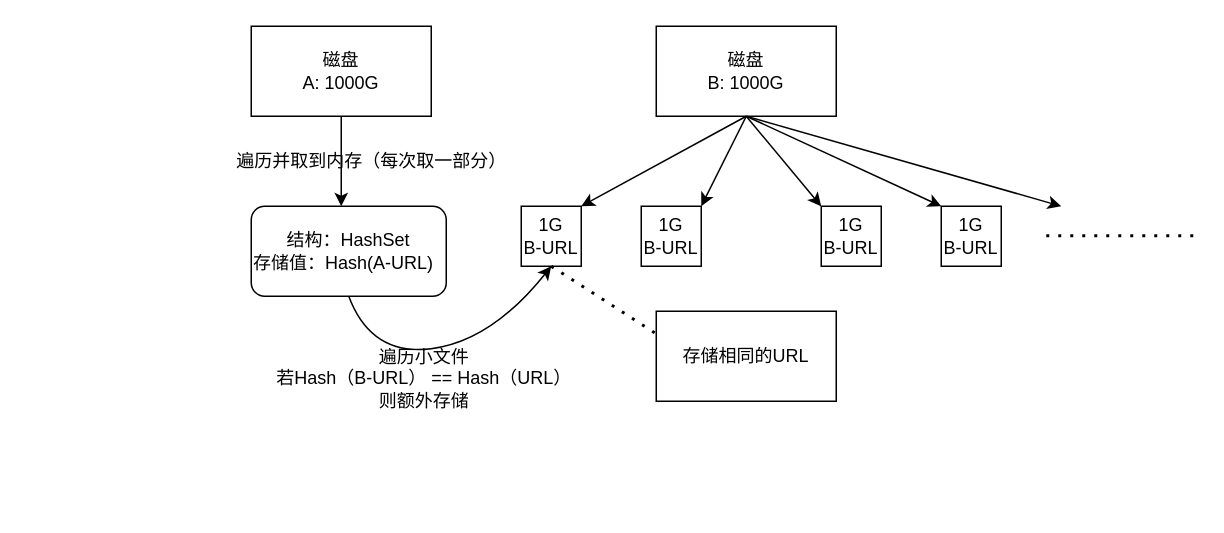
YYForReal/YYForReal keeps this draw.io diagram as Untitled Diagram.drawio. Above is the earlier version. Source tidied: cells renumbered, new cells numbered last; positions are measured from the earlier drawing's top-left corner, leaving out a move shared by most shapes. Both pictures are drawn from the tidied source at 150%, with x=0, y=0 at pixel (220, 26).
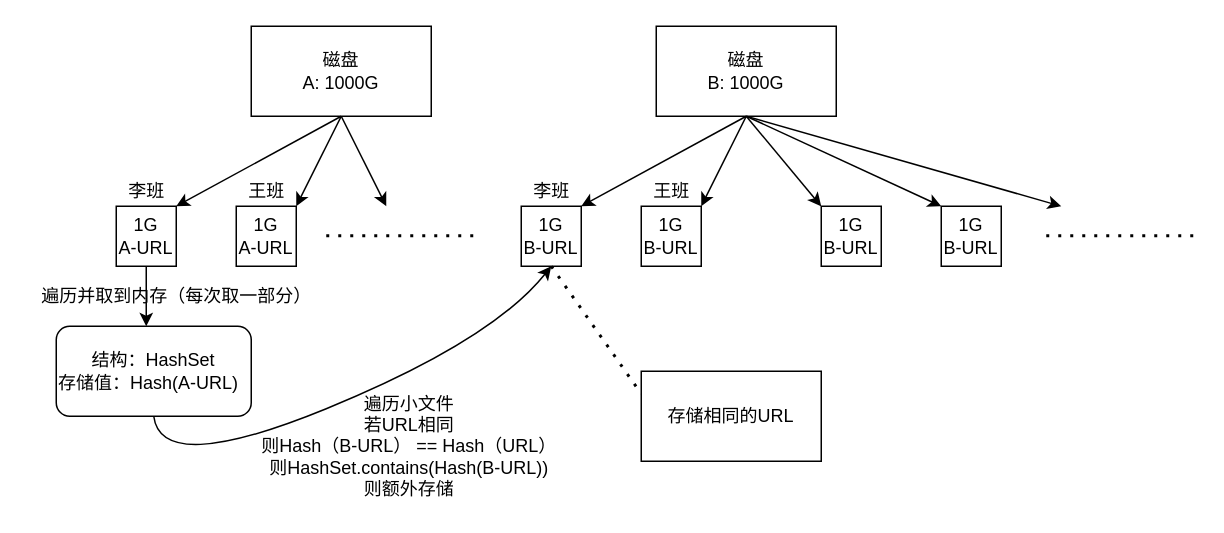
After the change.

Unchanged cells that the change refers to:
```xml
<mxCell id="2" value="磁盘&lt;br&gt;A: 1000G" style="rounded=0;whiteSpace=wrap;html=1;" parent="1" vertex="1">
  <mxGeometry x="20" width="120" height="60" as="geometry" />
</mxCell>
```

Diff of the diagram source:
```diff
@@
-    <mxCell id="14" style="endArrow=classic;html=1;rounded=0;exitX=0.5;exitY=1;exitDx=0;exitDy=0;" parent="1" edge="1" source="2">
+    <mxCell id="14" style="endArrow=classic;html=1;rounded=0;exitX=0.5;exitY=1;exitDx=0;exitDy=0;" parent="1" edge="1">
       <mxGeometry relative="1" as="geometry">
-        <mxPoint x="80" y="120" as="targetPoint" />
+        <mxPoint x="-50" y="140" as="sourcePoint" />
+        <mxPoint x="-50" y="200" as="targetPoint" />
       </mxGeometry>
     </mxCell>
     <mxCell id="15" value="结构：HashSet&lt;br&gt;存储值：Hash(A-URL)&amp;nbsp;&amp;nbsp;" style="rounded=1;whiteSpace=wrap;html=1;" parent="1" vertex="1">
-      <mxGeometry x="20" y="120" width="130" height="60" as="geometry" />
+      <mxGeometry x="-110" y="200" width="130" height="60" as="geometry" />
     </mxCell>
     <mxCell id="16" value="遍历并取到内存（每次取一部分）" style="text;html=1;align=center;verticalAlign=middle;strokeColor=none;fillColor=none;" parent="1" vertex="1">
-      <mxGeometry y="80" width="200" height="20" as="geometry" />
+      <mxGeometry x="-130" y="170" width="200" height="20" as="geometry" />
     </mxCell>
     <mxCell id="17" style="curved=1;endArrow=classic;html=1;rounded=0;exitX=0.5;exitY=1;exitDx=0;exitDy=0;" parent="1" edge="1" source="15">
       <mxGeometry relative="1" as="geometry">
         <mxPoint x="220" y="160" as="targetPoint" />
         <Array as="points">
-          <mxPoint x="100" y="220" />
+          <mxPoint x="-40" y="300" />
           <mxPoint x="180" y="210" />
         </Array>
       </mxGeometry>
     </mxCell>
-    <mxCell id="18" value="遍历小文件&lt;br&gt;若Hash（B-URL） == Hash（URL）&lt;br&gt;则额外存储&lt;br&gt;" style="text;html=1;align=center;verticalAlign=middle;strokeColor=none;fillColor=none;" parent="1" vertex="1">
-      <mxGeometry x="30" y="210" width="210" height="50" as="geometry" />
+    <mxCell id="18" value="遍历小文件&lt;br&gt;若URL相同&lt;br&gt;则Hash（B-URL） == Hash（URL）&lt;br&gt;则HashSet.contains(Hash(B-URL))&lt;br&gt;则额外存储" style="text;html=1;align=center;verticalAlign=middle;strokeColor=none;fillColor=none;" parent="1" vertex="1">
+      <mxGeometry x="20" y="240" width="210" height="80" as="geometry" />
     </mxCell>
@@
     <mxCell id="20" value="存储相同的URL&lt;br&gt;" style="rounded=0;whiteSpace=wrap;html=1;" parent="1" vertex="1">
-      <mxGeometry x="290" y="190" width="120" height="60" as="geometry" />
+      <mxGeometry x="280" y="230" width="120" height="60" as="geometry" />
     </mxCell>
+    <mxCell id="21" style="endArrow=classic;html=1;rounded=0;exitX=0.5;exitY=1;exitDx=0;exitDy=0;" parent="1" edge="1">
+      <mxGeometry relative="1" as="geometry">
+        <mxPoint x="80" y="60" as="sourcePoint" />
+        <mxPoint x="-30" y="120" as="targetPoint" />
+      </mxGeometry>
+    </mxCell>
+    <mxCell id="22" style="endArrow=classic;html=1;rounded=0;exitX=0.5;exitY=1;exitDx=0;exitDy=0;" parent="1" edge="1">
+      <mxGeometry relative="1" as="geometry">
+        <mxPoint x="80" y="60" as="sourcePoint" />
+        <mxPoint x="50" y="120" as="targetPoint" />
+      </mxGeometry>
+    </mxCell>
+    <mxCell id="23" value="1G&lt;br&gt;A-URL" style="whiteSpace=wrap;html=1;" parent="1" vertex="1">
+      <mxGeometry x="-70" y="120" width="40" height="40" as="geometry" />
+    </mxCell>
+    <mxCell id="24" value="1G&lt;br&gt;A-URL" style="whiteSpace=wrap;html=1;" parent="1" vertex="1">
+      <mxGeometry x="10" y="120" width="40" height="40" as="geometry" />
+    </mxCell>
+    <mxCell id="25" style="endArrow=classic;html=1;rounded=0;" parent="1" edge="1">
+      <mxGeometry relative="1" as="geometry">
+        <mxPoint x="80" y="60" as="sourcePoint" />
+        <mxPoint x="110" y="120" as="targetPoint" />
+      </mxGeometry>
+    </mxCell>
+    <mxCell id="26" style="endArrow=none;dashed=1;html=1;dashPattern=1 3;strokeWidth=2;rounded=0;" parent="1" edge="1">
+      <mxGeometry relative="1" as="geometry">
+        <mxPoint x="70" y="139.7" as="sourcePoint" />
+        <mxPoint x="170" y="139.7" as="targetPoint" />
+      </mxGeometry>
+    </mxCell>
+    <mxCell id="27" value="李班" style="text;html=1;align=center;verticalAlign=middle;strokeColor=none;fillColor=none;" parent="1" vertex="1">
+      <mxGeometry x="-70" y="100" width="40" height="20" as="geometry" />
+    </mxCell>
+    <mxCell id="28" value="李班" style="text;html=1;align=center;verticalAlign=middle;strokeColor=none;fillColor=none;" parent="1" vertex="1">
+      <mxGeometry x="200" y="100" width="40" height="20" as="geometry" />
+    </mxCell>
+    <mxCell id="29" value="王班" style="text;html=1;align=center;verticalAlign=middle;strokeColor=none;fillColor=none;" parent="1" vertex="1">
+      <mxGeometry x="10" y="100" width="40" height="20" as="geometry" />
+    </mxCell>
+    <mxCell id="30" value="王班" style="text;html=1;align=center;verticalAlign=middle;strokeColor=none;fillColor=none;" parent="1" vertex="1">
+      <mxGeometry x="280" y="100" width="40" height="20" as="geometry" />
+    </mxCell>
```
